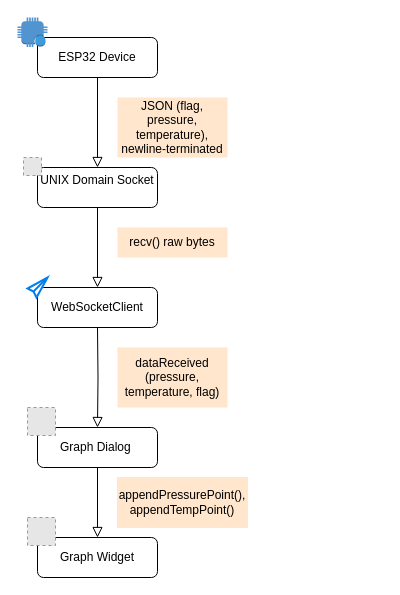
The draw.io diagram diagrams/DFDGUI_esp.drawio in martintara/kaffeknekt, before the edit. Source tidied: cells renumbered, new cells numbered last; positions are measured from the earlier drawing's top-left corner, leaving out a move shared by most shapes. Both pictures are drawn from the tidied source at 100%, with x=0, y=0 at pixel (17, 17). Pictures stored in the file or linked from it are replaced by grey dashed boxes.
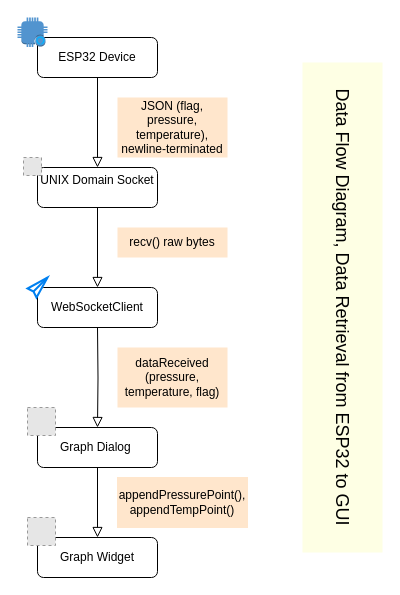
The same page after the edit.

Diff of the diagram source:
```diff
@@
+    <mxCell id="20" value="&lt;p&gt;&lt;font style=&quot;font-size: 18px;&quot;&gt;Data Flow Diagram, Data Retrieval from ESP32 to GUI&lt;/font&gt;&lt;/p&gt;" style="text;html=1;align=center;verticalAlign=middle;whiteSpace=wrap;rounded=0;rotation=90;fillColor=#FEFFE4;" parent="1" vertex="1">
+      <mxGeometry x="80" y="250" width="490" height="80" as="geometry" />
+    </mxCell>
```
